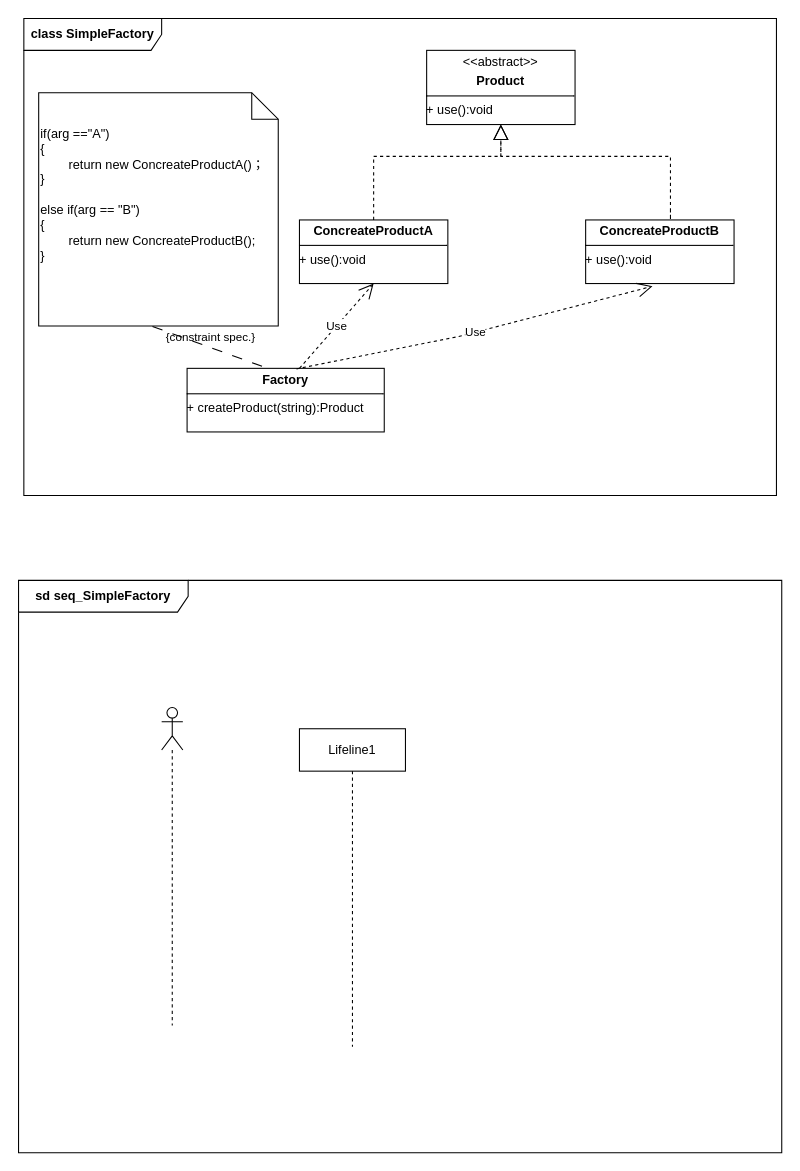
The draw.io diagram page "第 2 页 简单工厂模式" (2 of 2) of 未命名绘图.drawio in Dunfora/HelloWorld, before the edit. Source tidied: cells renumbered, new cells numbered last; positions are measured from the earlier drawing's top-left corner, leaving out a move shared by most shapes. Both pictures are drawn from the tidied source at 106%, with x=0, y=0 at pixel (18, 18).
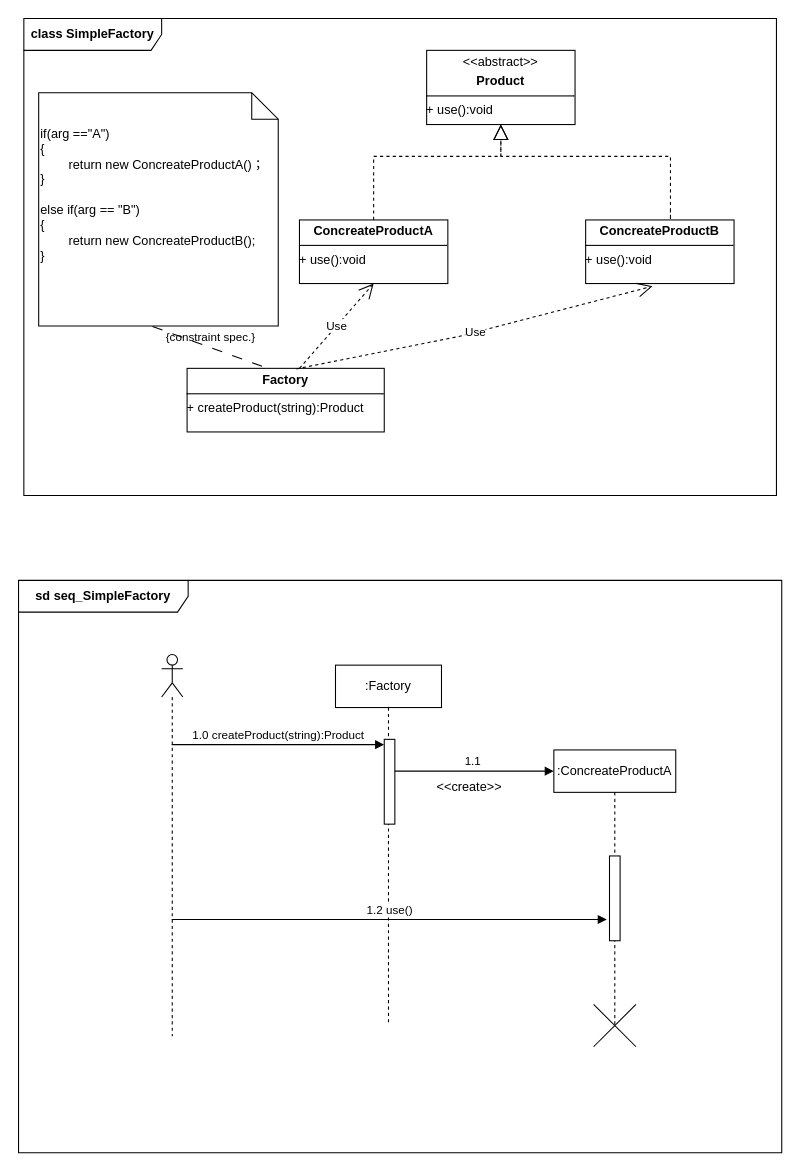
Above is the later version.

Commit message:
简单工厂模式.drawio

The change refers to these unchanged cells:
```xml
<mxCell id="13" value="&lt;b&gt;sd seq_SimpleFactory&lt;/b&gt;" style="shape=umlFrame;whiteSpace=wrap;html=1;width=160;" parent="1" vertex="1">
  <mxGeometry y="530" width="720" height="540" as="geometry" />
</mxCell>
```

Change to the diagram source:
```diff
@@
-    <mxCell id="14" value="Lifeline1" style="shape=umlLifeline;perimeter=lifelinePerimeter;whiteSpace=wrap;html=1;newEdgeStyle={&quot;edgeStyle&quot;:&quot;elbowEdgeStyle&quot;,&quot;elbow&quot;:&quot;vertical&quot;,&quot;curved&quot;:0,&quot;rounded&quot;:0};" parent="13" vertex="1">
-      <mxGeometry x="265" y="140" width="100" height="300" as="geometry" />
+    <mxCell id="14" value=":Factory" style="shape=umlLifeline;perimeter=lifelinePerimeter;whiteSpace=wrap;html=1;newEdgeStyle={&quot;edgeStyle&quot;:&quot;elbowEdgeStyle&quot;,&quot;elbow&quot;:&quot;vertical&quot;,&quot;curved&quot;:0,&quot;rounded&quot;:0};" parent="13" vertex="1">
+      <mxGeometry x="299" y="80" width="100" height="340" as="geometry" />
     </mxCell>
+    <mxCell id="16" style="html=1;points=[[0,0,0,0,5],[0,1,0,0,-5],[1,0,0,0,5],[1,1,0,0,-5]];perimeter=orthogonalPerimeter;outlineConnect=0;targetShapes=umlLifeline;portConstraint=eastwest;newEdgeStyle={&quot;curved&quot;:0,&quot;rounded&quot;:0};" parent="14" vertex="1">
+      <mxGeometry x="46" y="70" width="10" height="80" as="geometry" />
+    </mxCell>
     <mxCell id="15" style="shape=umlLifeline;perimeter=lifelinePerimeter;whiteSpace=wrap;html=1;outlineConnect=0;portConstraint=eastwest;newEdgeStyle={&quot;curved&quot;:0,&quot;rounded&quot;:0};participant=umlActor;" parent="13" vertex="1">
-      <mxGeometry x="135" y="120" width="20" height="300" as="geometry" />
+      <mxGeometry x="135" y="70" width="20" height="360" as="geometry" />
     </mxCell>
+    <mxCell id="17" value=":ConcreateProductA" style="shape=umlLifeline;perimeter=lifelinePerimeter;whiteSpace=wrap;html=1;newEdgeStyle={&quot;edgeStyle&quot;:&quot;elbowEdgeStyle&quot;,&quot;elbow&quot;:&quot;vertical&quot;,&quot;curved&quot;:0,&quot;rounded&quot;:0};" parent="13" vertex="1">
+      <mxGeometry x="505" y="160" width="115" height="260" as="geometry" />
+    </mxCell>
+    <mxCell id="18" style="html=1;perimeter=orthogonalPerimeter;targetShapes=umlLifeline;newEdgeStyle={&quot;curved&quot;:0,&quot;rounded&quot;:0};" parent="17" vertex="1">
+      <mxGeometry x="52.5" y="100" width="10" height="80" as="geometry" />
+    </mxCell>
+    <mxCell id="19" style="shape=umlDestroy;dashed=0;targetShapes=umlLifeline;" parent="13" vertex="1">
+      <mxGeometry x="542.5" y="400" width="40" height="40" as="geometry" />
+    </mxCell>
+    <mxCell id="20" value="1.0 createProduct(string):Product" style="html=1;verticalAlign=bottom;endArrow=block;curved=0;rounded=0;entryX=0;entryY=0;entryDx=0;entryDy=5;entryPerimeter=0;" parent="13" edge="1" source="15" target="16">
+      <mxGeometry relative="1" as="geometry" />
+    </mxCell>
+    <mxCell id="21" value="1.1&amp;nbsp;" style="html=1;verticalAlign=bottom;endArrow=block;curved=0;rounded=0;" parent="13" edge="1" source="16">
+      <mxGeometry relative="1" as="geometry">
+        <mxPoint x="505" y="180" as="targetPoint" />
+        <Array as="points">
+          <mxPoint x="495" y="180" />
+        </Array>
+      </mxGeometry>
+    </mxCell>
+    <mxCell id="22" value="&amp;lt;&amp;lt;create&amp;gt;&amp;gt;" style="text;html=1;align=center;verticalAlign=middle;strokeColor=none;fillColor=none;" parent="13" vertex="1">
+      <mxGeometry x="385" y="180" width="80" height="30" as="geometry" />
+    </mxCell>
+    <mxCell id="23" value="1.2 use()" style="html=1;verticalAlign=bottom;endArrow=block;curved=0;rounded=0;" parent="1" edge="1" source="15">
+      <mxGeometry relative="1" as="geometry">
+        <mxPoint x="555" y="850" as="targetPoint" />
+      </mxGeometry>
+    </mxCell>
```
